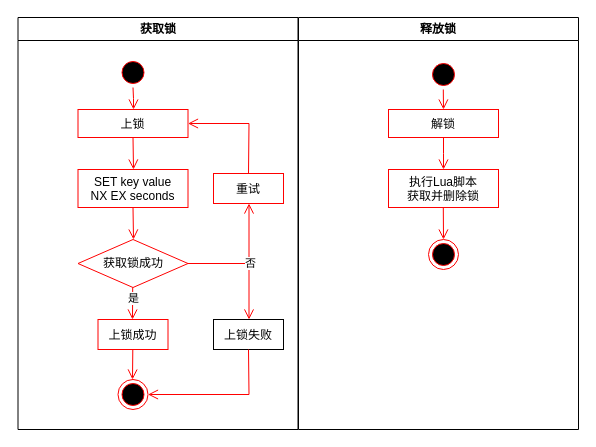
This is 分布式锁.drawio from come-on-reader/draw-io, a draw.io file, before an edit. Source tidied: cells renumbered, new cells numbered last; positions are measured from the earlier drawing's top-left corner, leaving out a move shared by most shapes. Both pictures are drawn from the tidied source at 100%, with x=0, y=0 at pixel (17, 17).
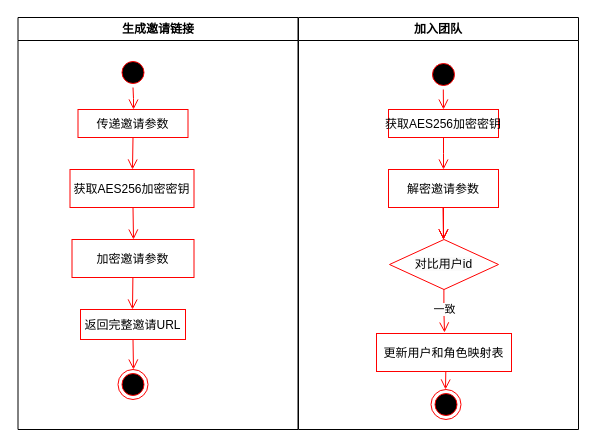
The same page after the edit.

Commit message:
更新分布式锁.drawio

Change to the diagram source:
```diff
@@
-    <mxCell id="2" value="获取锁" style="swimlane;whiteSpace=wrap;" parent="1" vertex="1">
+    <mxCell id="2" value="生成邀请链接" style="swimlane;whiteSpace=wrap;startSize=23;" parent="1" vertex="1">
       <mxGeometry x="0.5" width="280" height="412" as="geometry" />
     </mxCell>
@@
-    <mxCell id="5" value="上锁" style="strokeColor=#FF0000;" parent="2" vertex="1">
+    <mxCell id="5" value="传递邀请参数" style="strokeColor=#FF0000;" parent="2" vertex="1">
       <mxGeometry x="60" y="92" width="110" height="28" as="geometry" />
     </mxCell>
-    <mxCell id="6" value="SET key value&#10;NX EX seconds" style="strokeColor=#FF0000;" parent="2" vertex="1">
-      <mxGeometry x="60" y="152" width="110" height="38" as="geometry" />
+    <mxCell id="6" value="获取AES256加密密钥" style="strokeColor=#FF0000;" parent="2" vertex="1">
+      <mxGeometry x="52" y="152" width="124" height="38" as="geometry" />
     </mxCell>
     <mxCell id="7" style="ellipse;shape=endState;fillColor=#000000;strokeColor=#ff0000;" parent="2" vertex="1">
-      <mxGeometry x="100" y="362" width="30" height="30" as="geometry" />
+      <mxGeometry x="100" y="352" width="30" height="30" as="geometry" />
     </mxCell>
@@
-    <mxCell id="9" value="获取锁成功" style="rhombus;whiteSpace=wrap;html=1;strokeColor=#FF0000;" parent="2" vertex="1">
-      <mxGeometry x="60" y="222" width="110" height="48" as="geometry" />
-    </mxCell>
@@
-    <mxCell id="11" value="上锁失败" parent="2" vertex="1">
-      <mxGeometry x="195.5" y="302" width="70" height="30" as="geometry" />
-    </mxCell>
-    <mxCell id="12" value="上锁成功" style="strokeColor=#FF0000;" parent="2" vertex="1">
-      <mxGeometry x="80" y="302" width="70" height="30" as="geometry" />
+    <mxCell id="12" value="返回完整邀请URL" style="strokeColor=#FF0000;" parent="2" vertex="1">
+      <mxGeometry x="62.5" y="292" width="105" height="30" as="geometry" />
     </mxCell>
-    <mxCell id="13" style="edgeStyle=elbowEdgeStyle;elbow=horizontal;verticalAlign=bottom;endArrow=open;endSize=8;strokeColor=#FF0000;endFill=1;rounded=0;exitX=0.5;exitY=1;exitDx=0;exitDy=0;entryX=0.5;entryY=0;entryDx=0;entryDy=0;" parent="2" edge="1">
-      <mxGeometry x="-393.5" y="-344" as="geometry">
-        <mxPoint x="114.7" y="270" as="sourcePoint" />
-        <mxPoint x="114.7" y="302" as="targetPoint" />
-      </mxGeometry>
-    </mxCell>
-    <mxCell id="14" value="是" style="edgeLabel;html=1;align=center;verticalAlign=middle;" parent="13" vertex="1">
-      <mxGeometry relative="1" as="geometry">
-        <mxPoint y="-5" as="offset" />
-      </mxGeometry>
-    </mxCell>
-    <mxCell id="15" value="重试" style="strokeColor=#FF0000;" parent="2" vertex="1">
-      <mxGeometry x="195.5" y="156" width="70" height="30" as="geometry" />
-    </mxCell>
-    <mxCell id="16" style="edgeStyle=elbowEdgeStyle;elbow=horizontal;verticalAlign=bottom;endArrow=open;endSize=8;strokeColor=#FF0000;endFill=1;rounded=0;exitX=1;exitY=0.5;exitDx=0;exitDy=0;entryX=0.5;entryY=0;entryDx=0;entryDy=0;" parent="2" edge="1" source="9" target="11">
-      <mxGeometry x="-393.5" y="-344" as="geometry">
-        <Array as="points">
-          <mxPoint x="231" y="272" />
-        </Array>
-      </mxGeometry>
-    </mxCell>
-    <mxCell id="17" style="edgeStyle=elbowEdgeStyle;elbow=horizontal;verticalAlign=bottom;endArrow=open;endSize=8;strokeColor=#FF0000;endFill=1;rounded=0;exitX=1;exitY=0.5;exitDx=0;exitDy=0;entryX=0.5;entryY=1;entryDx=0;entryDy=0;" parent="2" edge="1" source="9" target="15">
-      <mxGeometry x="-558" y="-472" as="geometry">
-        <Array as="points">
-          <mxPoint x="231" y="212" />
-        </Array>
-      </mxGeometry>
-    </mxCell>
-    <mxCell id="18" value="否" style="edgeLabel;html=1;align=center;verticalAlign=middle;" parent="17" vertex="1">
-      <mxGeometry relative="1" as="geometry">
-        <mxPoint x="1" y="-1" as="offset" />
-      </mxGeometry>
-    </mxCell>
-    <mxCell id="19" style="edgeStyle=elbowEdgeStyle;elbow=horizontal;verticalAlign=bottom;endArrow=open;endSize=8;strokeColor=#FF0000;endFill=1;rounded=0;exitX=0.5;exitY=0;exitDx=0;exitDy=0;entryX=1;entryY=0.5;entryDx=0;entryDy=0;" parent="2" edge="1" source="15" target="5">
-      <mxGeometry x="-229" y="-216" as="geometry">
-        <Array as="points">
-          <mxPoint x="231" y="122" />
-        </Array>
-      </mxGeometry>
-    </mxCell>
-    <mxCell id="20" style="edgeStyle=elbowEdgeStyle;elbow=horizontal;verticalAlign=bottom;endArrow=open;endSize=8;strokeColor=#FF0000;endFill=1;rounded=0;exitX=0.5;exitY=1;exitDx=0;exitDy=0;entryX=0.5;entryY=0;entryDx=0;entryDy=0;" parent="2" edge="1" target="7">
-      <mxGeometry x="-393.5" y="-344" as="geometry">
-        <mxPoint x="114.8" y="332" as="sourcePoint" />
-      </mxGeometry>
+    <mxCell id="20" style="edgeStyle=elbowEdgeStyle;elbow=horizontal;verticalAlign=bottom;endArrow=open;endSize=8;strokeColor=#FF0000;endFill=1;rounded=0;exitX=0.5;exitY=1;exitDx=0;exitDy=0;entryX=0.5;entryY=0;entryDx=0;entryDy=0;" parent="2" edge="1" source="12" target="7">
+      <mxGeometry x="-393.5" y="-344" as="geometry" />
     </mxCell>
-    <mxCell id="21" style="edgeStyle=elbowEdgeStyle;elbow=horizontal;verticalAlign=bottom;endArrow=open;endSize=8;strokeColor=#FF0000;endFill=1;rounded=0;exitX=0.5;exitY=1;exitDx=0;exitDy=0;entryX=1;entryY=0.5;entryDx=0;entryDy=0;" parent="2" edge="1" source="11" target="7">
-      <mxGeometry x="-558" y="-472" as="geometry">
-        <Array as="points">
-          <mxPoint x="231" y="362" />
-        </Array>
-      </mxGeometry>
-    </mxCell>
+    <mxCell id="30" value="加密邀请参数" style="strokeColor=#FF0000;" parent="2" vertex="1">
+      <mxGeometry x="54" y="222" width="122" height="38" as="geometry" />
+    </mxCell>
+    <mxCell id="31" style="edgeStyle=elbowEdgeStyle;elbow=horizontal;verticalAlign=bottom;endArrow=open;endSize=8;strokeColor=#FF0000;endFill=1;rounded=0;exitX=0.5;exitY=1;exitDx=0;exitDy=0;entryX=0.5;entryY=0;entryDx=0;entryDy=0;" parent="2" edge="1">
+      <mxGeometry x="-393.5" y="-344" as="geometry">
+        <mxPoint x="114.9" y="260" as="sourcePoint" />
+        <mxPoint x="114.9" y="292" as="targetPoint" />
+      </mxGeometry>
+    </mxCell>
-    <mxCell id="22" value="释放锁" style="swimlane;whiteSpace=wrap;" parent="1" vertex="1">
+    <mxCell id="22" value="加入团队" style="swimlane;whiteSpace=wrap;" parent="1" vertex="1">
       <mxGeometry x="281" width="280" height="412" as="geometry" />
     </mxCell>
     <mxCell id="23" style="ellipse;shape=endState;fillColor=#000000;strokeColor=#ff0000;" parent="22" vertex="1">
-      <mxGeometry x="130" y="222" width="30" height="30" as="geometry" />
+      <mxGeometry x="132.5" y="372" width="30" height="30" as="geometry" />
     </mxCell>
@@
-    <mxCell id="25" value="解锁" style="strokeColor=#FF0000;" parent="22" vertex="1">
+    <mxCell id="25" value="获取AES256加密密钥" style="strokeColor=#FF0000;" parent="22" vertex="1">
       <mxGeometry x="90" y="92" width="110" height="28" as="geometry" />
     </mxCell>
-    <mxCell id="26" value="执行Lua脚本&#10;获取并删除锁" style="strokeColor=#FF0000;" parent="22" vertex="1">
+    <mxCell id="26" value="解密邀请参数" style="strokeColor=#FF0000;" parent="22" vertex="1">
       <mxGeometry x="90" y="152" width="110" height="38" as="geometry" />
     </mxCell>
@@
+    <mxCell id="32" value="更新用户和角色映射表" style="strokeColor=#FF0000;" parent="22" vertex="1">
+      <mxGeometry x="78" y="316" width="135" height="38" as="geometry" />
+    </mxCell>
+    <mxCell id="33" value="&lt;span style=&quot;color: rgb(0, 0, 0); font-family: Helvetica; font-size: 12px; font-style: normal; font-variant-ligatures: normal; font-variant-caps: normal; font-weight: 400; letter-spacing: normal; orphans: 2; text-align: center; text-indent: 0px; text-transform: none; widows: 2; word-spacing: 0px; -webkit-text-stroke-width: 0px; white-space: nowrap; background-color: rgb(251, 251, 251); text-decoration-thickness: initial; text-decoration-style: initial; text-decoration-color: initial; display: inline !important; float: none;&quot;&gt;对比用户id&lt;/span&gt;" style="rhombus;whiteSpace=wrap;html=1;strokeColor=#ff0000;" parent="22" vertex="1">
+      <mxGeometry x="91" y="222" width="109" height="50" as="geometry" />
+    </mxCell>
+    <mxCell id="34" style="edgeStyle=elbowEdgeStyle;elbow=vertical;verticalAlign=bottom;endArrow=open;endSize=8;strokeColor=#FF0000;endFill=1;rounded=0;exitX=0.5;exitY=1;exitDx=0;exitDy=0;" parent="22" edge="1">
+      <mxGeometry x="-1399.5" y="-472" as="geometry">
+        <mxPoint x="145.4" y="272" as="sourcePoint" />
+        <mxPoint x="146" y="315" as="targetPoint" />
+      </mxGeometry>
+    </mxCell>
+    <mxCell id="35" value="一致" style="edgeLabel;html=1;align=center;verticalAlign=middle;" parent="34" vertex="1">
+      <mxGeometry relative="1" as="geometry">
+        <mxPoint y="-3" as="offset" />
+      </mxGeometry>
+    </mxCell>
+    <mxCell id="36" style="edgeStyle=elbowEdgeStyle;elbow=horizontal;verticalAlign=bottom;endArrow=open;endSize=8;strokeColor=#FF0000;endFill=1;rounded=0;exitX=0.5;exitY=1;exitDx=0;exitDy=0;entryX=0.5;entryY=0;entryDx=0;entryDy=0;" parent="22" edge="1" target="23">
+      <mxGeometry x="-838.5" y="-472" as="geometry">
+        <mxPoint x="147.3" y="354" as="sourcePoint" />
+      </mxGeometry>
+    </mxCell>
+    <mxCell id="37" style="edgeStyle=elbowEdgeStyle;elbow=horizontal;verticalAlign=bottom;endArrow=open;endSize=8;strokeColor=#FF0000;endFill=1;rounded=0;exitX=0.5;exitY=1;exitDx=0;exitDy=0;entryX=0.5;entryY=0;entryDx=0;entryDy=0;" parent="1" edge="1">
+      <mxGeometry x="-954.5" y="-344" as="geometry">
+        <mxPoint x="425.8" y="190" as="sourcePoint" />
+        <mxPoint x="425.8" y="222" as="targetPoint" />
+      </mxGeometry>
+    </mxCell>
+    <mxCell id="38" style="edgeStyle=elbowEdgeStyle;elbow=horizontal;verticalAlign=bottom;endArrow=open;endSize=8;strokeColor=#FF0000;endFill=1;rounded=0;exitX=0.5;exitY=1;exitDx=0;exitDy=0;entryX=0.5;entryY=0;entryDx=0;entryDy=0;" parent="1" edge="1">
+      <mxGeometry x="-954.5" y="-344" as="geometry">
+        <mxPoint x="425.8" y="190" as="sourcePoint" />
+        <mxPoint x="425.8" y="222" as="targetPoint" />
+      </mxGeometry>
+    </mxCell>
```
